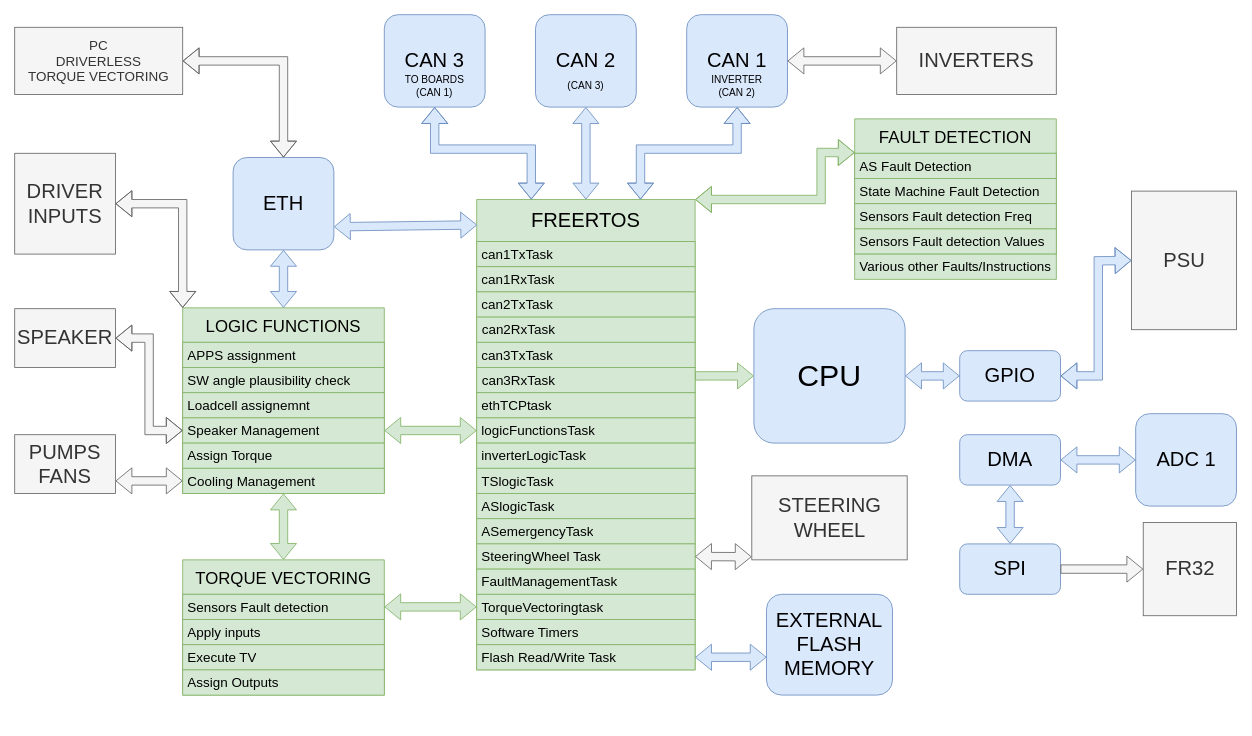
Earlier version of the draw.io diagram VCUDP15firmwareScheme.drawio (carloFerr/carloFerr). Source tidied: cells renumbered, new cells numbered last; positions are measured from the earlier drawing's top-left corner, leaving out a move shared by most shapes. Both pictures are drawn from the tidied source at 84%, with x=0, y=0 at pixel (14, 14).
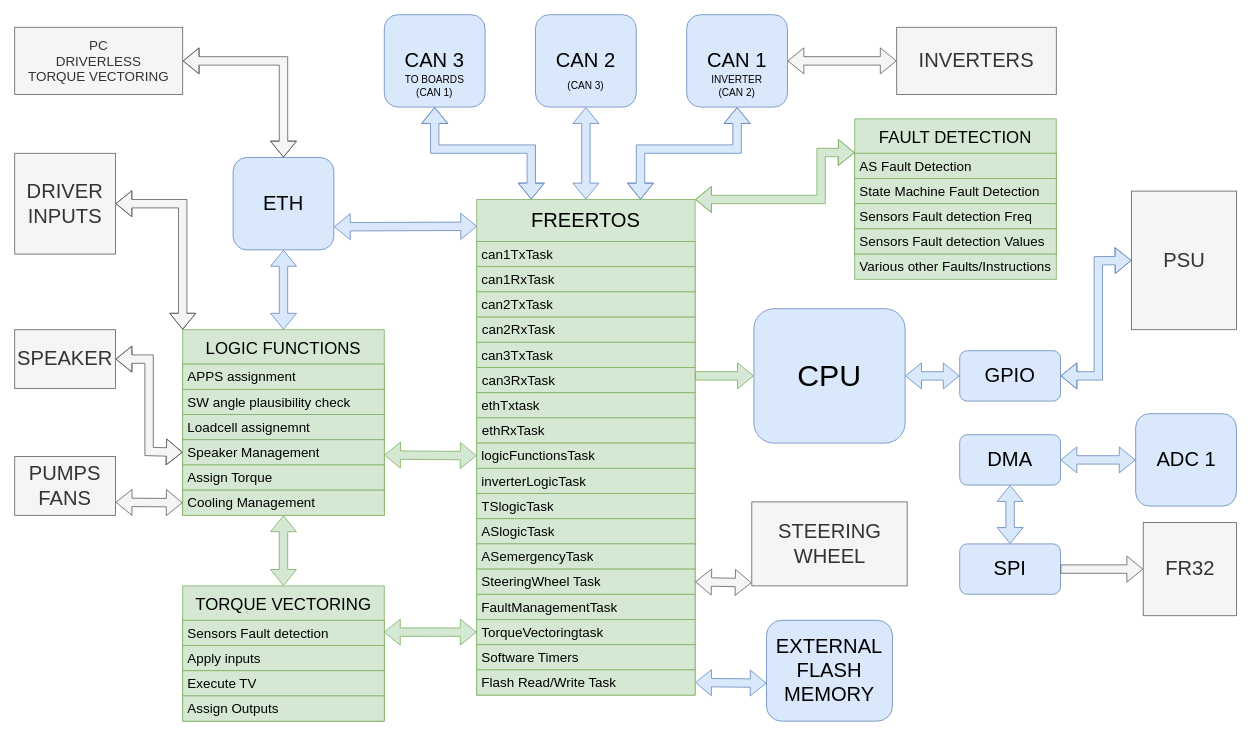
The same diagram, later.

Unchanged cells that the change refers to:
```xml
<mxCell id="37" value="Speaker Management" style="text;strokeColor=#82b366;fillColor=#d5e8d4;align=left;verticalAlign=middle;spacingLeft=4;spacingRight=4;overflow=hidden;points=[[0,0.5],[1,0.5]];portConstraint=eastwest;whiteSpace=wrap;html=1;fontSize=16;" parent="33" vertex="1">
  <mxGeometry y="131" width="240" height="30" as="geometry" />
</mxCell>
<mxCell id="39" value="Cooling Management" style="text;strokeColor=#82b366;fillColor=#d5e8d4;align=left;verticalAlign=middle;spacingLeft=4;spacingRight=4;overflow=hidden;points=[[0,0.5],[1,0.5]];portConstraint=eastwest;whiteSpace=wrap;html=1;fontSize=16;" parent="33" vertex="1">
  <mxGeometry y="191" width="240" height="30" as="geometry" />
</mxCell>
<mxCell id="41" value="Sensors Fault detection" style="text;strokeColor=#82b366;fillColor=#d5e8d4;align=left;verticalAlign=middle;spacingLeft=4;spacingRight=4;overflow=hidden;points=[[0,0.5],[1,0.5]];portConstraint=eastwest;whiteSpace=wrap;html=1;fontSize=16;" parent="40" vertex="1">
  <mxGeometry y="41" width="240" height="30" as="geometry" />
</mxCell>
```

What changed in the source:
```diff
@@
     <mxCell id="6" value="&lt;font style=&quot;font-size: 24px;&quot;&gt;FREERTOS&lt;/font&gt;" style="swimlane;fontStyle=0;horizontal=1;startSize=50;whiteSpace=wrap;html=1;fillColor=#d5e8d4;strokeColor=#82b366;" parent="1" vertex="1">
-      <mxGeometry x="550" y="220" width="260" height="560" as="geometry" />
+      <mxGeometry x="550" y="220" width="260" height="590" as="geometry" />
     </mxCell>
@@
-    <mxCell id="13" value="ethTCPtask" style="text;strokeColor=#82b366;fillColor=#d5e8d4;align=left;verticalAlign=middle;spacingLeft=4;spacingRight=4;overflow=hidden;whiteSpace=wrap;html=1;fontSize=16;" parent="6" vertex="1">
+    <mxCell id="13" value="ethTxtask" style="text;strokeColor=#82b366;fillColor=#d5e8d4;align=left;verticalAlign=middle;spacingLeft=4;spacingRight=4;overflow=hidden;whiteSpace=wrap;html=1;fontSize=16;" parent="6" vertex="1">
       <mxGeometry y="230" width="260" height="30" as="geometry" />
     </mxCell>
+    <mxCell id="81" value="&amp;nbsp;ethRxTask" style="text;html=1;strokeColor=#82b366;fillColor=#d5e8d4;align=left;verticalAlign=middle;whiteSpace=wrap;rounded=0;fontSize=16;" parent="6" vertex="1">
+      <mxGeometry y="260" width="260" height="30" as="geometry" />
+    </mxCell>
     <mxCell id="14" value="logicFunctionsTask" style="text;strokeColor=#82b366;fillColor=#d5e8d4;align=left;verticalAlign=middle;spacingLeft=4;spacingRight=4;overflow=hidden;points=[[0,0.5],[1,0.5]];portConstraint=eastwest;whiteSpace=wrap;html=1;fontSize=16;" parent="6" vertex="1">
-      <mxGeometry y="260" width="260" height="30" as="geometry" />
+      <mxGeometry y="290" width="260" height="30" as="geometry" />
     </mxCell>
     <mxCell id="15" value="inverterLogicTask" style="text;strokeColor=#82b366;fillColor=#d5e8d4;align=left;verticalAlign=middle;spacingLeft=4;spacingRight=4;overflow=hidden;whiteSpace=wrap;html=1;fontSize=16;" parent="6" vertex="1">
-      <mxGeometry y="290" width="260" height="30" as="geometry" />
+      <mxGeometry y="320" width="260" height="30" as="geometry" />
     </mxCell>
     <mxCell id="16" value="TSlogicTask" style="text;strokeColor=#82b366;fillColor=#d5e8d4;align=left;verticalAlign=middle;spacingLeft=4;spacingRight=4;overflow=hidden;whiteSpace=wrap;html=1;fontSize=16;" parent="6" vertex="1">
-      <mxGeometry y="320" width="260" height="30" as="geometry" />
+      <mxGeometry y="350" width="260" height="30" as="geometry" />
     </mxCell>
     <mxCell id="17" value="ASlogicTask" style="text;strokeColor=#82b366;fillColor=#d5e8d4;align=left;verticalAlign=middle;spacingLeft=4;spacingRight=4;overflow=hidden;whiteSpace=wrap;html=1;fontSize=16;" parent="6" vertex="1">
-      <mxGeometry y="350" width="260" height="30" as="geometry" />
+      <mxGeometry y="380" width="260" height="30" as="geometry" />
     </mxCell>
     <mxCell id="18" value="ASemergencyTask" style="text;strokeColor=#82b366;fillColor=#d5e8d4;align=left;verticalAlign=middle;spacingLeft=4;spacingRight=4;overflow=hidden;whiteSpace=wrap;html=1;fontSize=16;" parent="6" vertex="1">
-      <mxGeometry y="380" width="260" height="30" as="geometry" />
+      <mxGeometry y="410" width="260" height="30" as="geometry" />
     </mxCell>
     <mxCell id="19" value="SteeringWheel Task" style="text;strokeColor=#82b366;fillColor=#d5e8d4;align=left;verticalAlign=middle;spacingLeft=4;spacingRight=4;overflow=hidden;points=[[0,0.5],[1,0.5]];portConstraint=eastwest;whiteSpace=wrap;html=1;fontSize=16;" parent="6" vertex="1">
-      <mxGeometry y="410" width="260" height="30" as="geometry" />
+      <mxGeometry y="440" width="260" height="30" as="geometry" />
     </mxCell>
     <mxCell id="20" value="FaultManagementTask" style="text;strokeColor=#82b366;fillColor=#d5e8d4;align=left;verticalAlign=middle;spacingLeft=4;spacingRight=4;overflow=hidden;whiteSpace=wrap;html=1;fontSize=16;" parent="6" vertex="1">
-      <mxGeometry y="440" width="260" height="30" as="geometry" />
+      <mxGeometry y="470" width="260" height="30" as="geometry" />
     </mxCell>
     <mxCell id="21" value="TorqueVectoringtask" style="text;strokeColor=#82b366;fillColor=#d5e8d4;align=left;verticalAlign=middle;spacingLeft=4;spacingRight=4;overflow=hidden;points=[[0,0.5],[1,0.5]];portConstraint=eastwest;whiteSpace=wrap;html=1;fontSize=16;" parent="6" vertex="1">
-      <mxGeometry y="470" width="260" height="30" as="geometry" />
+      <mxGeometry y="500" width="260" height="30" as="geometry" />
     </mxCell>
     <mxCell id="22" value="Software Timers" style="text;strokeColor=#82b366;fillColor=#d5e8d4;align=left;verticalAlign=middle;spacingLeft=4;spacingRight=4;overflow=hidden;whiteSpace=wrap;html=1;fontSize=16;" parent="6" vertex="1">
-      <mxGeometry y="500" width="260" height="30" as="geometry" />
+      <mxGeometry y="530" width="260" height="30" as="geometry" />
     </mxCell>
     <mxCell id="23" value="Flash Read/Write Task&amp;nbsp;" style="text;strokeColor=#82b366;fillColor=#d5e8d4;align=left;verticalAlign=middle;spacingLeft=4;spacingRight=4;overflow=hidden;points=[[0,0.5],[1,0.5]];portConstraint=eastwest;whiteSpace=wrap;html=1;fontSize=16;" parent="6" vertex="1">
-      <mxGeometry y="530" width="260" height="30" as="geometry" />
+      <mxGeometry y="560" width="260" height="30" as="geometry" />
     </mxCell>
@@
     <mxCell id="33" value="&lt;font style=&quot;font-size: 20px;&quot;&gt;LOGIC FUNCTIONS&lt;/font&gt;" style="swimlane;fontStyle=0;horizontal=1;startSize=41;whiteSpace=wrap;html=1;fillColor=#d5e8d4;strokeColor=#82b366;" parent="1" vertex="1">
-      <mxGeometry x="200" y="349" width="240" height="221" as="geometry" />
+      <mxGeometry x="200" y="375" width="240" height="221" as="geometry" />
     </mxCell>
@@
     <mxCell id="40" value="&lt;font style=&quot;font-size: 20px;&quot;&gt;TORQUE VECTORING&lt;/font&gt;" style="swimlane;fontStyle=0;horizontal=1;startSize=41;whiteSpace=wrap;html=1;fillColor=#d5e8d4;strokeColor=#82b366;" parent="1" vertex="1">
-      <mxGeometry x="200" y="649" width="240" height="161" as="geometry" />
+      <mxGeometry x="200" y="680" width="240" height="161" as="geometry" />
     </mxCell>
@@
-    <mxCell id="46" style="shape=flexArrow;endArrow=classic;startArrow=classic;html=1;rounded=0;exitX=1;exitY=0.5;exitDx=0;exitDy=0;entryX=0;entryY=0.5;entryDx=0;entryDy=0;fillColor=#d5e8d4;strokeColor=#82b366;" parent="1" edge="1" source="37" target="14">
+    <mxCell id="46" style="shape=flexArrow;endArrow=classic;startArrow=classic;html=1;rounded=0;exitX=0.999;exitY=0.607;exitDx=0;exitDy=0;entryX=0;entryY=0.5;entryDx=0;entryDy=0;fillColor=#d5e8d4;strokeColor=#82b366;exitPerimeter=0;" parent="1" edge="1" source="37" target="14">
       <mxGeometry relative="1" as="geometry" />
     </mxCell>
@@
     <mxCell id="52" value="&lt;font style=&quot;font-size: 24px;&quot;&gt;SPEAKER&lt;/font&gt;" style="rounded=0;whiteSpace=wrap;html=1;fillColor=#f5f5f5;fontColor=#333333;strokeColor=#666666;" parent="1" vertex="1">
-      <mxGeometry y="350" width="120" height="70" as="geometry" />
+      <mxGeometry y="375" width="120" height="70" as="geometry" />
     </mxCell>
@@
     <mxCell id="54" style="shape=flexArrow;endArrow=classic;startArrow=classic;html=1;rounded=0;exitX=1;exitY=0.5;exitDx=0;exitDy=0;entryX=0;entryY=0.5;entryDx=0;entryDy=0;fillColor=#f5f5f5;strokeColor=#666666;" parent="1" edge="1" source="52" target="37">
       <mxGeometry relative="1" as="geometry">
         <Array as="points">
-          <mxPoint x="160" y="385" />
-          <mxPoint x="160" y="495" />
+          <mxPoint x="160" y="410" />
+          <mxPoint x="160" y="520" />
         </Array>
       </mxGeometry>
     </mxCell>
     <mxCell id="55" value="&lt;font style=&quot;font-size: 24px;&quot;&gt;PUMPS&lt;br&gt;FANS&lt;br&gt;&lt;/font&gt;" style="rounded=0;whiteSpace=wrap;html=1;fillColor=#f5f5f5;fontColor=#333333;strokeColor=#666666;" parent="1" vertex="1">
-      <mxGeometry y="500" width="120" height="70" as="geometry" />
+      <mxGeometry y="526" width="120" height="70" as="geometry" />
     </mxCell>
-    <mxCell id="56" style="shape=flexArrow;endArrow=classic;startArrow=classic;html=1;rounded=0;entryX=0;entryY=0.5;entryDx=0;entryDy=0;exitX=1;exitY=0.5;exitDx=0;exitDy=0;fillColor=#d5e8d4;strokeColor=#82b366;" parent="1" edge="1" source="41" target="21">
+    <mxCell id="56" style="shape=flexArrow;endArrow=classic;startArrow=classic;html=1;rounded=0;entryX=0;entryY=0.5;entryDx=0;entryDy=0;exitX=0.998;exitY=0.468;exitDx=0;exitDy=0;fillColor=#d5e8d4;strokeColor=#82b366;exitPerimeter=0;" parent="1" edge="1" source="41" target="21">
       <mxGeometry relative="1" as="geometry" />
     </mxCell>
@@
     <mxCell id="60" value="&lt;font style=&quot;font-size: 24px;&quot;&gt;STEERING&lt;br style=&quot;border-color: var(--border-color);&quot;&gt;&lt;/font&gt;&lt;span style=&quot;font-size: 24px;&quot;&gt;WHEEL&lt;/span&gt;" style="rounded=0;whiteSpace=wrap;html=1;fillColor=#f5f5f5;fontColor=#333333;strokeColor=#666666;" parent="1" vertex="1">
-      <mxGeometry x="877.5" y="549" width="185" height="100" as="geometry" />
+      <mxGeometry x="877.5" y="580" width="185" height="100" as="geometry" />
     </mxCell>
@@
-    <mxCell id="71" style="shape=flexArrow;endArrow=classic;startArrow=classic;html=1;rounded=0;exitX=0;exitY=0.5;exitDx=0;exitDy=0;fillColor=#f5f5f5;strokeColor=#666666;" parent="1" edge="1" source="39">
-      <mxGeometry relative="1" as="geometry">
-        <mxPoint x="120" y="555" as="targetPoint" />
-      </mxGeometry>
+    <mxCell id="71" style="shape=flexArrow;endArrow=classic;startArrow=classic;html=1;rounded=0;exitX=0;exitY=0.5;exitDx=0;exitDy=0;fillColor=#f5f5f5;strokeColor=#666666;entryX=1.001;entryY=0.778;entryDx=0;entryDy=0;entryPerimeter=0;" parent="1" edge="1" source="39" target="55">
+      <mxGeometry relative="1" as="geometry" />
     </mxCell>
@@
     <mxCell id="77" value="&lt;font style=&quot;font-size: 24px;&quot;&gt;EXTERNAL&lt;br&gt;FLASH&lt;br&gt;MEMORY&lt;br&gt;&lt;/font&gt;" style="rounded=1;whiteSpace=wrap;html=1;fillColor=#dae8fc;strokeColor=#6c8ebf;" parent="1" vertex="1">
-      <mxGeometry x="895" y="690" width="150" height="120" as="geometry" />
+      <mxGeometry x="895" y="721" width="150" height="120" as="geometry" />
     </mxCell>
```
